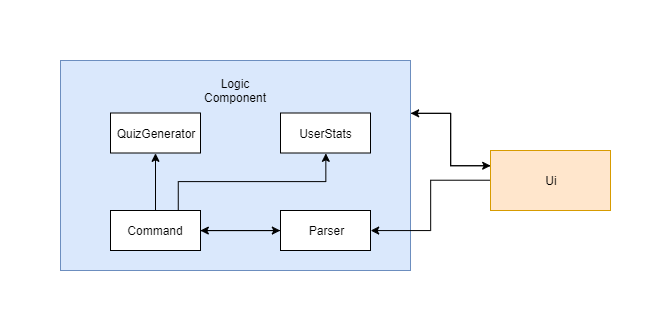
The draw.io diagram docs/images/LogicClassDiagram.png in sevenmatt7/main, before a commit. Source tidied: cells renumbered, new cells last; positions are measured from the earlier drawing's top-left corner, leaving out a move shared by most shapes.
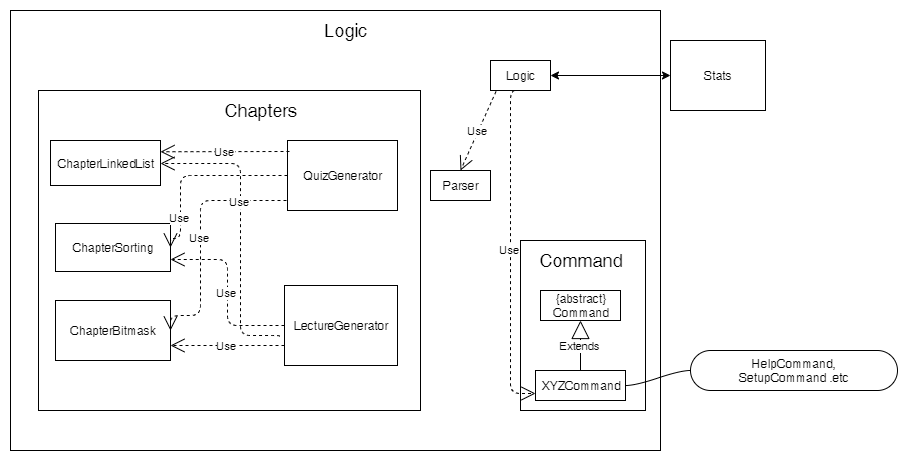
The same diagram one commit later.

Diff of the diagram source:
```diff
@@ -2,47 +2,114 @@
   <root>
     <mxCell id="0" />
     <mxCell id="1" parent="0" />
-    <mxCell id="2" style="edgeStyle=orthogonalEdgeStyle;rounded=0;jettySize=auto;html=1;exitX=1;exitY=0.25;exitDx=0;exitDy=0;entryX=0;entryY=0.25;entryDx=0;entryDy=0;" parent="1" edge="1" source="3" target="11">
-      <mxGeometry relative="1" as="geometry" />
-    </mxCell>
-    <mxCell id="3" style="rounded=0;whiteSpace=wrap;html=1;fillColor=#dae8fc;strokeColor=#6c8ebf;" parent="1" vertex="1">
-      <mxGeometry width="350" height="210" as="geometry" />
-    </mxCell>
-    <mxCell id="4" value="Logic Component" style="text;html=1;strokeColor=none;fillColor=none;align=center;verticalAlign=middle;whiteSpace=wrap;rounded=0;" parent="1" vertex="1">
-      <mxGeometry x="105" y="20" width="140" height="20" as="geometry" />
-    </mxCell>
-    <mxCell id="5" style="edgeStyle=orthogonalEdgeStyle;rounded=0;jettySize=auto;html=1;exitX=0.5;exitY=0;exitDx=0;exitDy=0;entryX=0.5;entryY=1;entryDx=0;entryDy=0;" parent="1" edge="1" source="8" target="15">
-      <mxGeometry relative="1" as="geometry" />
-    </mxCell>
-    <mxCell id="6" style="edgeStyle=orthogonalEdgeStyle;rounded=0;jettySize=auto;html=1;exitX=1;exitY=0.5;exitDx=0;exitDy=0;entryX=0;entryY=0.5;entryDx=0;entryDy=0;" parent="1" edge="1" source="8" target="13">
-      <mxGeometry relative="1" as="geometry" />
-    </mxCell>
-    <mxCell id="7" style="edgeStyle=orthogonalEdgeStyle;rounded=0;jettySize=auto;html=1;exitX=0.75;exitY=0;exitDx=0;exitDy=0;entryX=0.5;entryY=1;entryDx=0;entryDy=0;" parent="1" edge="1" source="8" target="14">
-      <mxGeometry relative="1" as="geometry" />
-    </mxCell>
+    <mxCell id="16" style="rounded=0;whiteSpace=wrap;html=1;" parent="1" vertex="1">
+      <mxGeometry x="-40" y="60" width="650" height="440" as="geometry" />
+    </mxCell>
+    <mxCell id="17" style="rounded=0;whiteSpace=wrap;html=1;" parent="1" vertex="1">
+      <mxGeometry x="470" y="290" width="125" height="170" as="geometry" />
+    </mxCell>
+    <mxCell id="18" value="Stats" style="rounded=0;whiteSpace=wrap;html=1;" parent="1" vertex="1">
+      <mxGeometry x="620" y="90" width="95" height="70" as="geometry" />
+    </mxCell>
+    <mxCell id="19" value="&lt;font style=&quot;font-size: 18px&quot;&gt;Logic&lt;/font&gt;" style="text;html=1;strokeColor=none;fillColor=none;align=center;verticalAlign=middle;whiteSpace=wrap;rounded=0;" parent="1" vertex="1">
+      <mxGeometry x="275" y="70" width="40" height="20" as="geometry" />
+    </mxCell>
+    <mxCell id="20" value="Logic" style="rounded=0;whiteSpace=wrap;html=1;" parent="1" vertex="1">
+      <mxGeometry x="440" y="110" width="60" height="30" as="geometry" />
+    </mxCell>
+    <mxCell id="21" style="endArrow=classic;startArrow=classic;html=1;entryX=0;entryY=0.5;entryDx=0;entryDy=0;exitX=1;exitY=0.5;exitDx=0;exitDy=0;" parent="1" edge="1" source="20" target="18">
+      <mxGeometry relative="1" as="geometry" />
+    </mxCell>
+    <mxCell id="22" value="{abstract}&lt;br&gt;Command" style="rounded=0;whiteSpace=wrap;html=1;" parent="1" vertex="1">
+      <mxGeometry x="490" y="340" width="80" height="30" as="geometry" />
+    </mxCell>
+    <mxCell id="23" value="XYZCommand" style="rounded=0;whiteSpace=wrap;html=1;" parent="1" vertex="1">
+      <mxGeometry x="485" y="420" width="90" height="30" as="geometry" />
+    </mxCell>
-    <mxCell id="8" value="Command" style="rounded=0;whiteSpace=wrap;html=1;" parent="1" vertex="1">
-      <mxGeometry x="50" y="150" width="90" height="40" as="geometry" />
+    <mxCell id="8" value="&lt;font style=&quot;font-size: 18px&quot;&gt;Command&lt;/font&gt;" style="text;html=1;strokeColor=none;fillColor=none;align=center;verticalAlign=middle;whiteSpace=wrap;rounded=0;" parent="1" vertex="1">
+      <mxGeometry x="510" y="300" width="40" height="20" as="geometry" />
     </mxCell>
-    <mxCell id="9" style="edgeStyle=orthogonalEdgeStyle;rounded=0;jettySize=auto;html=1;entryX=1;entryY=0.5;entryDx=0;entryDy=0;" parent="1" edge="1" source="11" target="13">
-      <mxGeometry relative="1" as="geometry" />
-    </mxCell>
-    <mxCell id="10" style="edgeStyle=orthogonalEdgeStyle;rounded=0;jettySize=auto;html=1;exitX=0;exitY=0.25;exitDx=0;exitDy=0;entryX=1;entryY=0.25;entryDx=0;entryDy=0;" parent="1" edge="1" source="11" target="3">
-      <mxGeometry relative="1" as="geometry" />
-    </mxCell>
-    <mxCell id="11" value="Ui" style="rounded=0;whiteSpace=wrap;html=1;fillColor=#ffe6cc;strokeColor=#d79b00;" parent="1" vertex="1">
-      <mxGeometry x="430" y="90" width="120" height="60" as="geometry" />
-    </mxCell>
-    <mxCell id="12" style="edgeStyle=orthogonalEdgeStyle;rounded=0;jettySize=auto;html=1;exitX=0;exitY=0.5;exitDx=0;exitDy=0;entryX=1;entryY=0.5;entryDx=0;entryDy=0;" parent="1" edge="1" source="13" target="8">
-      <mxGeometry relative="1" as="geometry" />
-    </mxCell>
+    <mxCell id="24" value="Extends" style="endArrow=block;endSize=16;endFill=0;html=1;entryX=0.5;entryY=1;entryDx=0;entryDy=0;exitX=0.5;exitY=0;exitDx=0;exitDy=0;" parent="1" edge="1" source="23" target="22">
+      <mxGeometry relative="1" as="geometry" />
+    </mxCell>
     <mxCell id="13" value="Parser" style="rounded=0;whiteSpace=wrap;html=1;" parent="1" vertex="1">
-      <mxGeometry x="220" y="150" width="90" height="40" as="geometry" />
+      <mxGeometry x="380" y="220" width="60" height="30" as="geometry" />
     </mxCell>
-    <mxCell id="14" value="UserStats" style="rounded=0;whiteSpace=wrap;html=1;" parent="1" vertex="1">
-      <mxGeometry x="220" y="52.5" width="90" height="40" as="geometry" />
-    </mxCell>
+    <mxCell id="25" style="rounded=0;whiteSpace=wrap;html=1;" parent="1" vertex="1">
+      <mxGeometry x="-12" y="140" width="382" height="320" as="geometry" />
+    </mxCell>
+    <mxCell id="26" value="&lt;font style=&quot;font-size: 18px&quot;&gt;Chapters&lt;/font&gt;" style="text;html=1;strokeColor=none;fillColor=none;align=center;verticalAlign=middle;whiteSpace=wrap;rounded=0;" parent="1" vertex="1">
+      <mxGeometry x="190" y="150" width="40" height="20" as="geometry" />
+    </mxCell>
+    <mxCell id="27" value="ChapterBitmask" style="rounded=0;whiteSpace=wrap;html=1;" parent="1" vertex="1">
+      <mxGeometry x="5" y="350" width="115" height="60" as="geometry" />
+    </mxCell>
+    <mxCell id="28" value="ChapterLinkedList" style="rounded=0;whiteSpace=wrap;html=1;" parent="1" vertex="1">
+      <mxGeometry y="190" width="110" height="45" as="geometry" />
+    </mxCell>
     <mxCell id="15" value="QuizGenerator" style="rounded=0;whiteSpace=wrap;html=1;" parent="1" vertex="1">
-      <mxGeometry x="50" y="52.5" width="90" height="40" as="geometry" />
+      <mxGeometry x="237" y="190" width="110" height="70" as="geometry" />
     </mxCell>
+    <mxCell id="29" value="ChapterSorting" style="rounded=0;whiteSpace=wrap;html=1;" parent="1" vertex="1">
+      <mxGeometry x="5" y="273" width="115" height="48" as="geometry" />
+    </mxCell>
+    <mxCell id="30" value="LectureGenerator" style="rounded=0;whiteSpace=wrap;html=1;" parent="1" vertex="1">
+      <mxGeometry x="234" y="335" width="113" height="80" as="geometry" />
+    </mxCell>
+    <mxCell id="31" value="Use" style="endArrow=open;endSize=12;dashed=1;html=1;exitX=0;exitY=0.5;exitDx=0;exitDy=0;entryX=1;entryY=0.5;entryDx=0;entryDy=0;edgeStyle=orthogonalEdgeStyle;" parent="1" edge="1" source="15" target="29">
+      <mxGeometry x="0.58" relative="1" as="geometry">
+        <Array as="points">
+          <mxPoint x="130" y="225" />
+          <mxPoint x="130" y="288" />
+        </Array>
+      </mxGeometry>
+    </mxCell>
+    <mxCell id="32" value="Use" style="endArrow=open;endSize=12;dashed=1;html=1;entryX=1;entryY=0.5;entryDx=0;entryDy=0;edgeStyle=orthogonalEdgeStyle;" parent="1" edge="1" target="27">
+      <mxGeometry relative="1" as="geometry">
+        <mxPoint x="236" y="250" as="sourcePoint" />
+        <Array as="points">
+          <mxPoint x="150" y="250" />
+          <mxPoint x="150" y="365" />
+        </Array>
+      </mxGeometry>
+    </mxCell>
+    <mxCell id="33" value="Use" style="endArrow=open;endSize=12;dashed=1;html=1;exitX=0;exitY=0.5;exitDx=0;exitDy=0;entryX=1;entryY=0.75;entryDx=0;entryDy=0;edgeStyle=orthogonalEdgeStyle;" parent="1" edge="1" source="30" target="29">
+      <mxGeometry relative="1" as="geometry" />
+    </mxCell>
+    <mxCell id="34" value="Use" style="endArrow=open;endSize=12;dashed=1;html=1;exitX=0;exitY=0.75;exitDx=0;exitDy=0;entryX=1;entryY=0.75;entryDx=0;entryDy=0;" parent="1" edge="1" source="30" target="27">
+      <mxGeometry relative="1" as="geometry" />
+    </mxCell>
+    <mxCell id="35" value="Use" style="endArrow=open;endSize=12;dashed=1;html=1;edgeStyle=orthogonalEdgeStyle;entryX=0;entryY=0.75;entryDx=0;entryDy=0;" parent="1" edge="1" target="23">
+      <mxGeometry relative="1" as="geometry">
+        <mxPoint x="470" y="140" as="sourcePoint" />
+        <Array as="points">
+          <mxPoint x="460" y="140" />
+          <mxPoint x="460" y="443" />
+        </Array>
+      </mxGeometry>
+    </mxCell>
+    <mxCell id="36" value="Use" style="endArrow=open;endSize=12;dashed=1;html=1;exitX=0.018;exitY=0.157;exitDx=0;exitDy=0;entryX=1;entryY=0.25;entryDx=0;entryDy=0;exitPerimeter=0;" parent="1" edge="1" source="15" target="28">
+      <mxGeometry relative="1" as="geometry" />
+    </mxCell>
+    <mxCell id="37" value="Use" style="endArrow=open;endSize=12;dashed=1;html=1;exitX=-0.044;exitY=0.638;exitDx=0;exitDy=0;entryX=1;entryY=0.5;entryDx=0;entryDy=0;edgeStyle=orthogonalEdgeStyle;exitPerimeter=0;" parent="1" edge="1" source="30" target="28">
+      <mxGeometry x="0.19" relative="1" as="geometry">
+        <Array as="points">
+          <mxPoint x="229" y="385" />
+          <mxPoint x="190" y="385" />
+          <mxPoint x="190" y="213" />
+        </Array>
+      </mxGeometry>
+    </mxCell>
+    <mxCell id="38" value="Use" style="endArrow=open;endSize=12;dashed=1;html=1;entryX=0.5;entryY=0;entryDx=0;entryDy=0;exitX=0.092;exitY=1.033;exitDx=0;exitDy=0;exitPerimeter=0;" parent="1" edge="1" source="20" target="13">
+      <mxGeometry relative="1" as="geometry" />
+    </mxCell>
+    <mxCell id="39" value="HelpCommand,&lt;br&gt;SetupCommand .etc" style="whiteSpace=wrap;html=1;rounded=1;arcSize=50;align=center;verticalAlign=middle;strokeWidth=1;spacing=4;" parent="1" vertex="1">
+      <mxGeometry x="640" y="400" width="207" height="40" as="geometry" />
+    </mxCell>
+    <mxCell id="40" style="edgeStyle=entityRelationEdgeStyle;startArrow=none;endArrow=none;segment=10;curved=1;" parent="1" edge="1" target="39">
+      <mxGeometry relative="1" as="geometry">
+        <mxPoint x="575" y="435" as="sourcePoint" />
+      </mxGeometry>
+    </mxCell>
   </root>
 </mxGraphModel>
```
